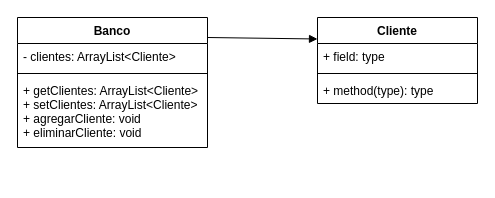
This is src/tp5_SOLID/TP5SOLID_diseño.drawio from lucianosantoleri/Obj2-UNQ-Santoleri, a draw.io file, before an edit. Source tidied: cells renumbered, new cells numbered last; positions are measured from the earlier drawing's top-left corner, leaving out a move shared by most shapes. Both pictures are drawn from the tidied source at 100%, with x=0, y=0 at pixel (17, 17).
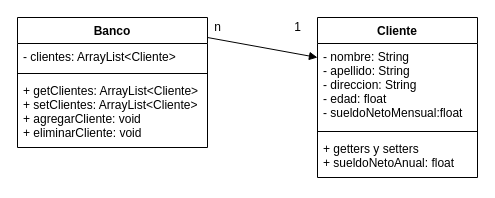
The same page after the edit.

What changed in the source:
```diff
@@
 <mxGraphModel background="#ffffff">
   <root>
     <mxCell id="0" />
     <mxCell id="1" parent="0" />
     <mxCell id="2" value="Cliente" style="swimlane;fontStyle=1;align=center;verticalAlign=top;horizontal=1;startSize=26;" parent="1" vertex="1">
-      <mxGeometry x="300" width="160" height="86" as="geometry" />
+      <mxGeometry x="300" width="160" height="160" as="geometry" />
     </mxCell>
-    <mxCell id="3" value="+ field: type" style="text;strokeColor=none;fillColor=none;align=left;verticalAlign=top;spacingLeft=4;spacingRight=4;overflow=hidden;" parent="2" vertex="1">
-      <mxGeometry y="26" width="160" height="26" as="geometry" />
+    <mxCell id="3" value="- nombre: String&#10;- apellido: String&#10;- direccion: String&#10;- edad: float&#10;- sueldoNetoMensual:float" style="text;strokeColor=none;fillColor=none;align=left;verticalAlign=top;spacingLeft=4;spacingRight=4;overflow=hidden;" parent="2" vertex="1">
+      <mxGeometry y="26" width="160" height="84" as="geometry" />
     </mxCell>
     <mxCell id="4" style="line;strokeWidth=1;fillColor=none;align=left;verticalAlign=middle;spacingTop=-1;spacingLeft=3;spacingRight=3;labelPosition=right;" parent="2" vertex="1">
-      <mxGeometry y="52" width="160" height="8" as="geometry" />
+      <mxGeometry y="110" width="160" height="8" as="geometry" />
     </mxCell>
-    <mxCell id="5" value="+ method(type): type" style="text;strokeColor=none;fillColor=none;align=left;verticalAlign=top;spacingLeft=4;spacingRight=4;overflow=hidden;" parent="2" vertex="1">
-      <mxGeometry y="60" width="160" height="26" as="geometry" />
+    <mxCell id="5" value="+ getters y setters&#10;+ sueldoNetoAnual: float" style="text;strokeColor=none;fillColor=none;align=left;verticalAlign=top;spacingLeft=4;spacingRight=4;overflow=hidden;" parent="2" vertex="1">
+      <mxGeometry y="118" width="160" height="42" as="geometry" />
     </mxCell>
     <mxCell id="6" value="Banco" style="swimlane;fontStyle=1;align=center;verticalAlign=top;horizontal=1;startSize=26;" parent="1" vertex="1">
       <mxGeometry width="190" height="130" as="geometry" />
     </mxCell>
     <mxCell id="7" value="- clientes: ArrayList&lt;Cliente&gt;" style="text;strokeColor=none;fillColor=none;align=left;verticalAlign=top;spacingLeft=4;spacingRight=4;overflow=hidden;" parent="6" vertex="1">
       <mxGeometry y="26" width="190" height="26" as="geometry" />
     </mxCell>
     <mxCell id="8" style="line;strokeWidth=1;fillColor=none;align=left;verticalAlign=middle;spacingTop=-1;spacingLeft=3;spacingRight=3;labelPosition=right;" parent="6" vertex="1">
       <mxGeometry y="52" width="190" height="8" as="geometry" />
     </mxCell>
     <mxCell id="9" value="+ getClientes: ArrayList&lt;Cliente&gt;&#10;+ setClientes: ArrayList&lt;Cliente&gt;&#10;+ agregarCliente: void&#10;+ eliminarCliente: void" style="text;strokeColor=none;fillColor=none;align=left;verticalAlign=top;spacingLeft=4;spacingRight=4;overflow=hidden;" parent="6" vertex="1">
       <mxGeometry y="60" width="190" height="70" as="geometry" />
     </mxCell>
     <mxCell id="10" style="html=1;verticalAlign=bottom;endArrow=block;entryX=0;entryY=0.25;entryDx=0;entryDy=0;" parent="1" edge="1" target="2">
       <mxGeometry relative="1" as="geometry">
         <mxPoint x="190" y="20" as="sourcePoint" />
       </mxGeometry>
     </mxCell>
+    <mxCell id="11" value="1" style="text;html=1;align=center;verticalAlign=middle;strokeColor=none;" parent="1" vertex="1">
+      <mxGeometry x="270" width="20" height="20" as="geometry" />
+    </mxCell>
+    <mxCell id="12" value="n" style="text;html=1;align=center;verticalAlign=middle;strokeColor=none;" parent="1" vertex="1">
+      <mxGeometry x="190" width="20" height="20" as="geometry" />
+    </mxCell>
   </root>
 </mxGraphModel>
```
